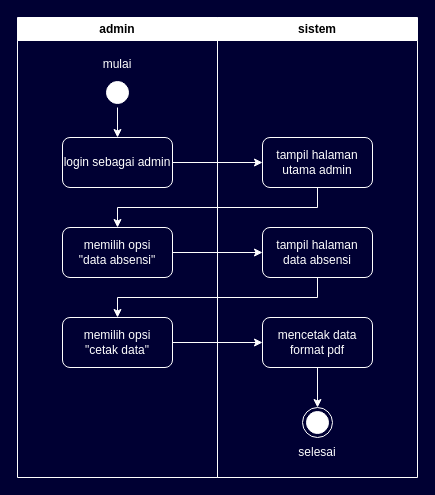
The draw.io diagram activity diagram cetak laporan desain.drawio in k-barr/Diagram, before the edit. Source tidied: cells renumbered, new cells numbered last; positions are measured from the earlier drawing's top-left corner, leaving out a move shared by most shapes. Both pictures are drawn from the tidied source at 100%, with x=0, y=0 at pixel (17, 17).
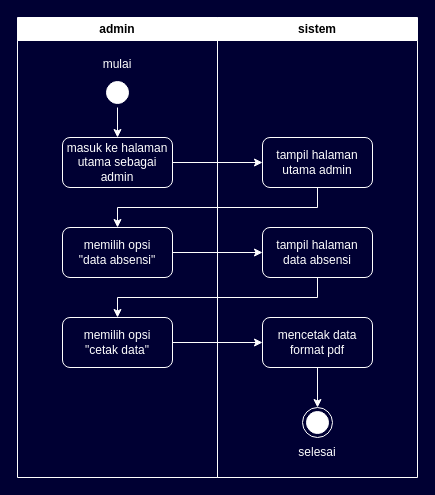
The same page after the edit.

The change refers to these unchanged cells:
```xml
<mxCell id="2" value="admin" style="swimlane;whiteSpace=wrap;html=1;strokeColor=#FFFFFF;" parent="1" vertex="1">
  <mxGeometry width="200" height="460" as="geometry" />
</mxCell>
```

What changed in the source:
```diff
@@
-    <mxCell id="5" value="&lt;font color=&quot;#ffffff&quot;&gt;login sebagai admin&lt;/font&gt;" style="html=1;whiteSpace=wrap;fillColor=none;strokeColor=#FFFFFF;rounded=1;" parent="2" vertex="1">
+    <mxCell id="5" value="&lt;font color=&quot;#ffffff&quot;&gt;masuk ke halaman utama sebagai admin&lt;/font&gt;" style="html=1;whiteSpace=wrap;fillColor=none;strokeColor=#FFFFFF;rounded=1;" parent="2" vertex="1">
       <mxGeometry x="45" y="120" width="110" height="50" as="geometry" />
     </mxCell>
```
